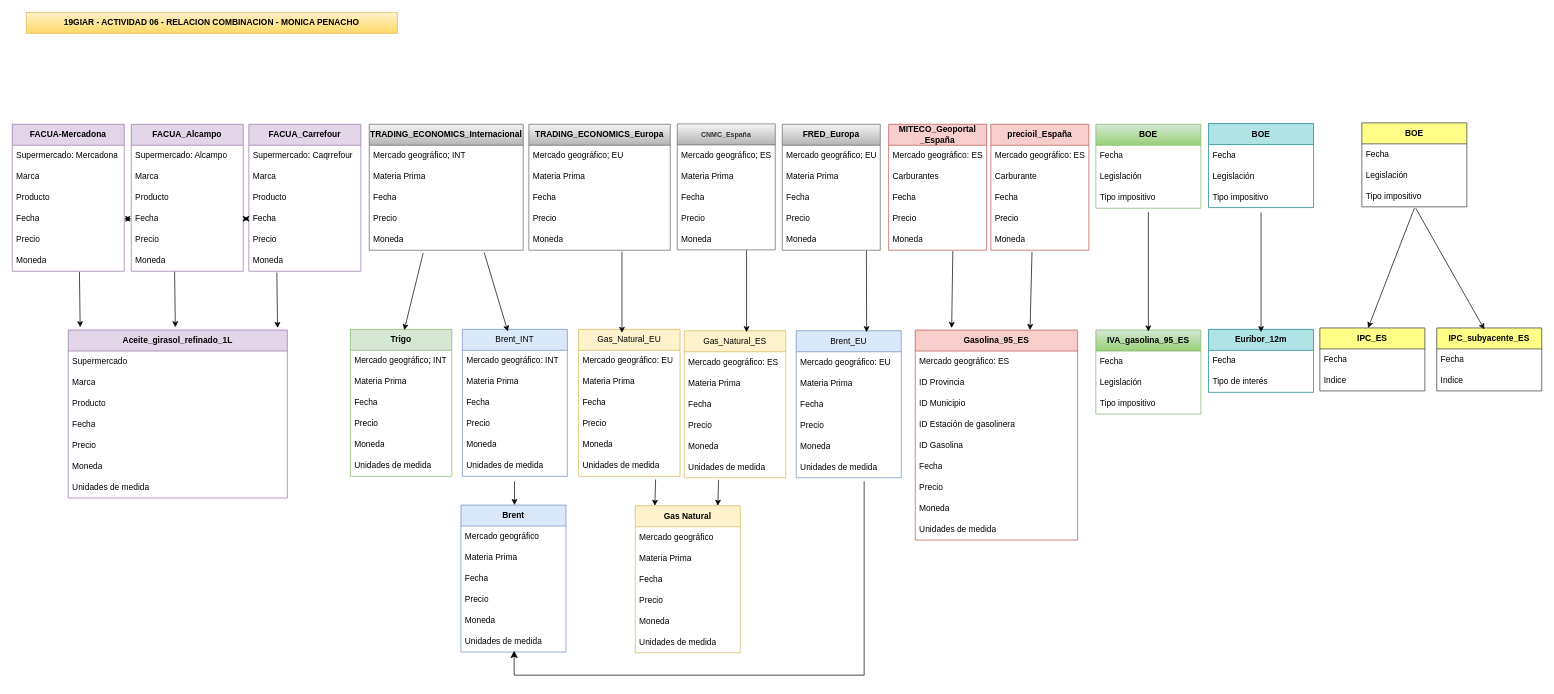
monicapenacho/DRAWIO keeps this draw.io diagram as 19GIAR_ACT_06_RELACION_COMBINACION.drawio. Above is the earlier version. Source tidied: cells renumbered, new cells numbered last; positions are measured from the earlier drawing's top-left corner, leaving out a move shared by most shapes. Both pictures are drawn from the tidied source at 70%, with x=0, y=0 at pixel (12, 12).
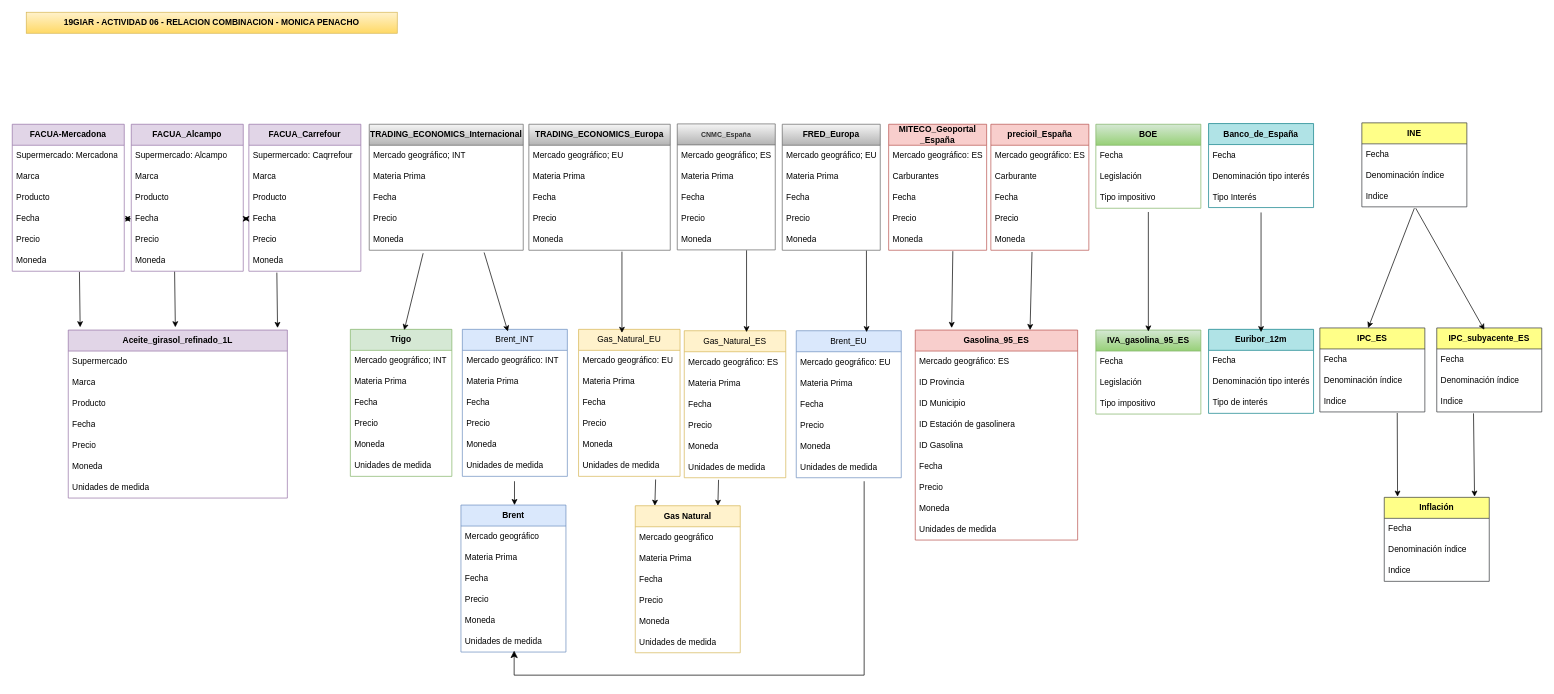
After the change.

The edit, as a diff of the source:
```diff
@@
     <mxCell id="84" value="Euribor_12m" style="swimlane;fontStyle=1;horizontal=1;startSize=30;whiteSpace=wrap;html=1;fillColor=#b0e3e6;strokeColor=#0e8088;" parent="1" vertex="1">
-      <mxGeometry x="1709" y="453" width="150" height="90" as="geometry" />
+      <mxGeometry x="1709" y="453" width="150" height="120" as="geometry" />
     </mxCell>
@@
+    <mxCell id="173" value="Denominación tipo interés" style="text;strokeColor=none;fillColor=none;align=left;verticalAlign=middle;spacingLeft=4;spacingRight=4;overflow=hidden;whiteSpace=wrap;html=1;" parent="84" vertex="1">
+      <mxGeometry y="60" width="150" height="30" as="geometry" />
+    </mxCell>
     <mxCell id="86" value="Tipo de interés" style="text;strokeColor=none;fillColor=none;align=left;verticalAlign=middle;spacingLeft=4;spacingRight=4;overflow=hidden;whiteSpace=wrap;html=1;" parent="84" vertex="1">
-      <mxGeometry y="60" width="150" height="30" as="geometry" />
+      <mxGeometry y="90" width="150" height="30" as="geometry" />
     </mxCell>
     <mxCell id="87" value="IPC_ES" style="swimlane;fontStyle=1;horizontal=1;startSize=30;whiteSpace=wrap;html=1;fillColor=#ffff88;strokeColor=#36393d;" parent="1" vertex="1">
-      <mxGeometry x="1868" y="451" width="150" height="90" as="geometry" />
+      <mxGeometry x="1868" y="451" width="150" height="120" as="geometry" />
     </mxCell>
@@
+    <mxCell id="174" value="Denominación índice" style="text;strokeColor=none;fillColor=none;align=left;verticalAlign=middle;spacingLeft=4;spacingRight=4;overflow=hidden;whiteSpace=wrap;html=1;" parent="87" vertex="1">
+      <mxGeometry y="60" width="150" height="30" as="geometry" />
+    </mxCell>
     <mxCell id="89" value="Indice" style="text;strokeColor=none;fillColor=none;align=left;verticalAlign=middle;spacingLeft=4;spacingRight=4;overflow=hidden;points=[[0,0.5],[1,0.5]];portConstraint=eastwest;whiteSpace=wrap;html=1;" parent="87" vertex="1">
-      <mxGeometry y="60" width="150" height="30" as="geometry" />
+      <mxGeometry y="90" width="150" height="30" as="geometry" />
     </mxCell>
@@
     <mxCell id="91" value="IPC_subyacente_ES" style="swimlane;fontStyle=1;horizontal=1;startSize=30;whiteSpace=wrap;html=1;fillColor=#ffff88;strokeColor=#36393d;" parent="1" vertex="1">
-      <mxGeometry x="2035" y="451" width="150" height="90" as="geometry" />
+      <mxGeometry x="2035" y="451" width="150" height="120" as="geometry" />
     </mxCell>
@@
+    <mxCell id="175" value="Denominación índice" style="text;strokeColor=none;fillColor=none;align=left;verticalAlign=middle;spacingLeft=4;spacingRight=4;overflow=hidden;whiteSpace=wrap;html=1;" parent="91" vertex="1">
+      <mxGeometry y="60" width="150" height="30" as="geometry" />
+    </mxCell>
     <mxCell id="93" value="Indice" style="text;strokeColor=none;fillColor=none;align=left;verticalAlign=middle;spacingLeft=4;spacingRight=4;overflow=hidden;points=[[0,0.5],[1,0.5]];portConstraint=eastwest;whiteSpace=wrap;html=1;" parent="91" vertex="1">
-      <mxGeometry y="60" width="150" height="30" as="geometry" />
+      <mxGeometry y="90" width="150" height="30" as="geometry" />
     </mxCell>
@@
-    <mxCell id="165" value="BOE" style="swimlane;fontStyle=1;horizontal=1;startSize=30;whiteSpace=wrap;html=1;fillColor=#b0e3e6;strokeColor=#0e8088;" parent="1" vertex="1">
+    <mxCell id="165" value="Banco_de_España" style="swimlane;fontStyle=1;horizontal=1;startSize=30;whiteSpace=wrap;html=1;fillColor=#b0e3e6;strokeColor=#0e8088;" parent="1" vertex="1">
       <mxGeometry x="1709" y="159" width="150" height="120" as="geometry" />
     </mxCell>
@@
-    <mxCell id="167" value="Legislación" style="text;strokeColor=none;fillColor=none;align=left;verticalAlign=middle;spacingLeft=4;spacingRight=4;overflow=hidden;whiteSpace=wrap;html=1;" parent="165" vertex="1">
+    <mxCell id="167" value="Denominación tipo interés" style="text;strokeColor=none;fillColor=none;align=left;verticalAlign=middle;spacingLeft=4;spacingRight=4;overflow=hidden;whiteSpace=wrap;html=1;" parent="165" vertex="1">
       <mxGeometry y="60" width="150" height="30" as="geometry" />
     </mxCell>
-    <mxCell id="168" value="Tipo impositivo" style="text;strokeColor=none;fillColor=none;align=left;verticalAlign=middle;spacingLeft=4;spacingRight=4;overflow=hidden;whiteSpace=wrap;html=1;" parent="165" vertex="1">
+    <mxCell id="168" value="Tipo Interés" style="text;strokeColor=none;fillColor=none;align=left;verticalAlign=middle;spacingLeft=4;spacingRight=4;overflow=hidden;whiteSpace=wrap;html=1;" parent="165" vertex="1">
       <mxGeometry y="90" width="150" height="30" as="geometry" />
     </mxCell>
-    <mxCell id="169" value="BOE" style="swimlane;fontStyle=1;horizontal=1;startSize=30;whiteSpace=wrap;html=1;fillColor=#ffff88;strokeColor=#36393d;" parent="1" vertex="1">
+    <mxCell id="169" value="INE" style="swimlane;fontStyle=1;horizontal=1;startSize=30;whiteSpace=wrap;html=1;fillColor=#ffff88;strokeColor=#36393d;" parent="1" vertex="1">
       <mxGeometry x="1928" y="158" width="150" height="120" as="geometry" />
     </mxCell>
@@
-    <mxCell id="171" value="Legislación" style="text;strokeColor=none;fillColor=none;align=left;verticalAlign=middle;spacingLeft=4;spacingRight=4;overflow=hidden;whiteSpace=wrap;html=1;" parent="169" vertex="1">
+    <mxCell id="171" value="Denominación índice" style="text;strokeColor=none;fillColor=none;align=left;verticalAlign=middle;spacingLeft=4;spacingRight=4;overflow=hidden;whiteSpace=wrap;html=1;" parent="169" vertex="1">
       <mxGeometry y="60" width="150" height="30" as="geometry" />
     </mxCell>
-    <mxCell id="172" value="Tipo impositivo" style="text;strokeColor=none;fillColor=none;align=left;verticalAlign=middle;spacingLeft=4;spacingRight=4;overflow=hidden;whiteSpace=wrap;html=1;" parent="169" vertex="1">
+    <mxCell id="172" value="Indice" style="text;strokeColor=none;fillColor=none;align=left;verticalAlign=middle;spacingLeft=4;spacingRight=4;overflow=hidden;whiteSpace=wrap;html=1;" parent="169" vertex="1">
       <mxGeometry y="90" width="150" height="30" as="geometry" />
     </mxCell>
+    <mxCell id="176" value="Inflación" style="swimlane;fontStyle=1;horizontal=1;startSize=30;whiteSpace=wrap;html=1;fillColor=#ffff88;strokeColor=#36393d;" parent="1" vertex="1">
+      <mxGeometry x="1960" y="693" width="150" height="120" as="geometry" />
+    </mxCell>
+    <mxCell id="177" value="Fecha" style="text;strokeColor=none;fillColor=none;align=left;verticalAlign=middle;spacingLeft=4;spacingRight=4;overflow=hidden;whiteSpace=wrap;html=1;" parent="176" vertex="1">
+      <mxGeometry y="30" width="150" height="30" as="geometry" />
+    </mxCell>
+    <mxCell id="178" value="Denominación índice" style="text;strokeColor=none;fillColor=none;align=left;verticalAlign=middle;spacingLeft=4;spacingRight=4;overflow=hidden;whiteSpace=wrap;html=1;" parent="176" vertex="1">
+      <mxGeometry y="60" width="150" height="30" as="geometry" />
+    </mxCell>
+    <mxCell id="179" value="Indice" style="text;strokeColor=none;fillColor=none;align=left;verticalAlign=middle;spacingLeft=4;spacingRight=4;overflow=hidden;whiteSpace=wrap;html=1;" parent="176" vertex="1">
+      <mxGeometry y="90" width="150" height="30" as="geometry" />
+    </mxCell>
+    <mxCell id="180" style="endArrow=classic;html=1;rounded=0;exitX=0.737;exitY=1.05;exitDx=0;exitDy=0;exitPerimeter=0;" parent="1" edge="1" source="89">
+      <mxGeometry relative="1" as="geometry">
+        <mxPoint x="1979" y="692" as="targetPoint" />
+      </mxGeometry>
+    </mxCell>
+    <mxCell id="181" style="endArrow=classic;html=1;rounded=0;exitX=0.35;exitY=1.067;exitDx=0;exitDy=0;exitPerimeter=0;" parent="1" edge="1" source="93">
+      <mxGeometry relative="1" as="geometry">
+        <mxPoint x="2089" y="692" as="targetPoint" />
+      </mxGeometry>
+    </mxCell>
```
